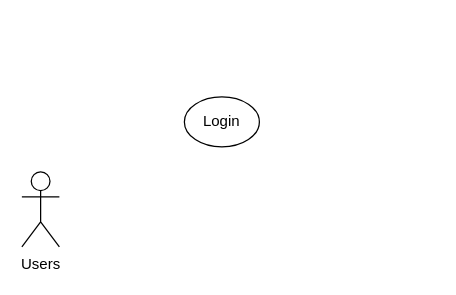
web-blog-phenikaa/use-case-models keeps this draw.io diagram as Login.drawio. Above is the earlier version. Source tidied: cells renumbered, new cells numbered last; positions are measured from the earlier drawing's top-left corner, leaving out a move shared by most shapes. Both pictures are drawn from the tidied source at 125%, with x=0, y=0 at pixel (21, 96).
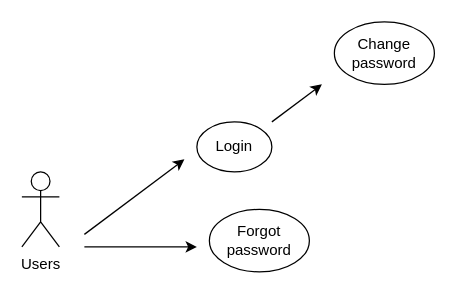
After the change.

Commit message (it also covers changes not shown here):
Cập nhật Login.drawio

Diff of the diagram source:
```diff
@@
 <mxGraphModel>
   <root>
     <mxCell id="0" />
     <mxCell id="1" parent="0" />
     <mxCell id="2" value="Users" style="shape=umlActor;verticalLabelPosition=bottom;verticalAlign=top;html=1;" parent="1" vertex="1">
       <mxGeometry y="60" width="30" height="60" as="geometry" />
     </mxCell>
     <mxCell id="3" value="Login" style="ellipse;whiteSpace=wrap;html=1;" parent="1" vertex="1">
-      <mxGeometry x="130" width="60" height="40" as="geometry" />
+      <mxGeometry x="140" y="20" width="60" height="40" as="geometry" />
     </mxCell>
+    <mxCell id="4" style="endArrow=classic;html=1;rounded=0;" parent="1" edge="1">
+      <mxGeometry relative="1" as="geometry">
+        <mxPoint x="50" y="110" as="sourcePoint" />
+        <mxPoint x="130" y="50" as="targetPoint" />
+      </mxGeometry>
+    </mxCell>
+    <mxCell id="5" style="endArrow=classic;html=1;rounded=0;" parent="1" edge="1">
+      <mxGeometry relative="1" as="geometry">
+        <mxPoint x="50" y="120" as="sourcePoint" />
+        <mxPoint x="140" y="120" as="targetPoint" />
+      </mxGeometry>
+    </mxCell>
+    <mxCell id="6" style="endArrow=classic;html=1;rounded=0;" parent="1" edge="1">
+      <mxGeometry relative="1" as="geometry">
+        <mxPoint x="200" y="20" as="sourcePoint" />
+        <mxPoint x="240" y="-10" as="targetPoint" />
+      </mxGeometry>
+    </mxCell>
+    <mxCell id="7" value="Forgot password" style="ellipse;whiteSpace=wrap;html=1;" parent="1" vertex="1">
+      <mxGeometry x="150" y="90" width="80" height="50" as="geometry" />
+    </mxCell>
+    <mxCell id="8" value="Change password" style="ellipse;whiteSpace=wrap;html=1;" parent="1" vertex="1">
+      <mxGeometry x="250" y="-60" width="80" height="50" as="geometry" />
+    </mxCell>
   </root>
 </mxGraphModel>
```
